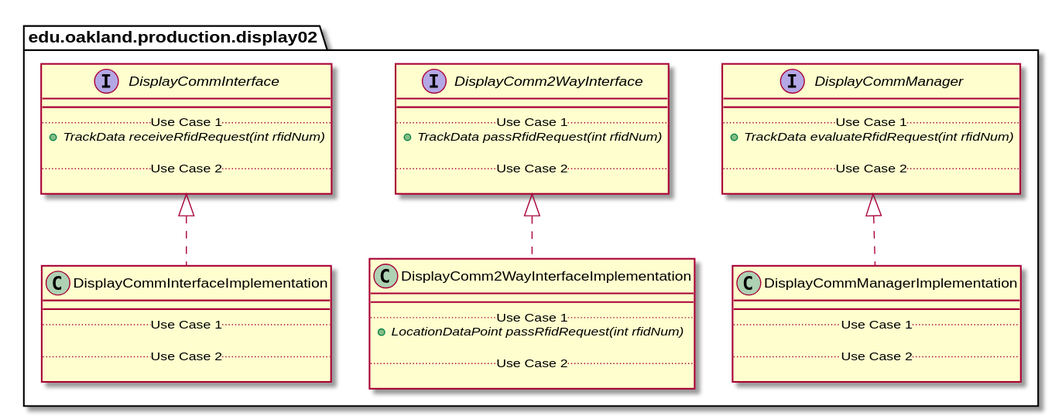
Before: docs/uml-class-diagrams/display02/production/Display02ProductionPackage_DirectDependencies.svg, a diagram exported from PlantUML (elilley15/csi-3370-software-project).
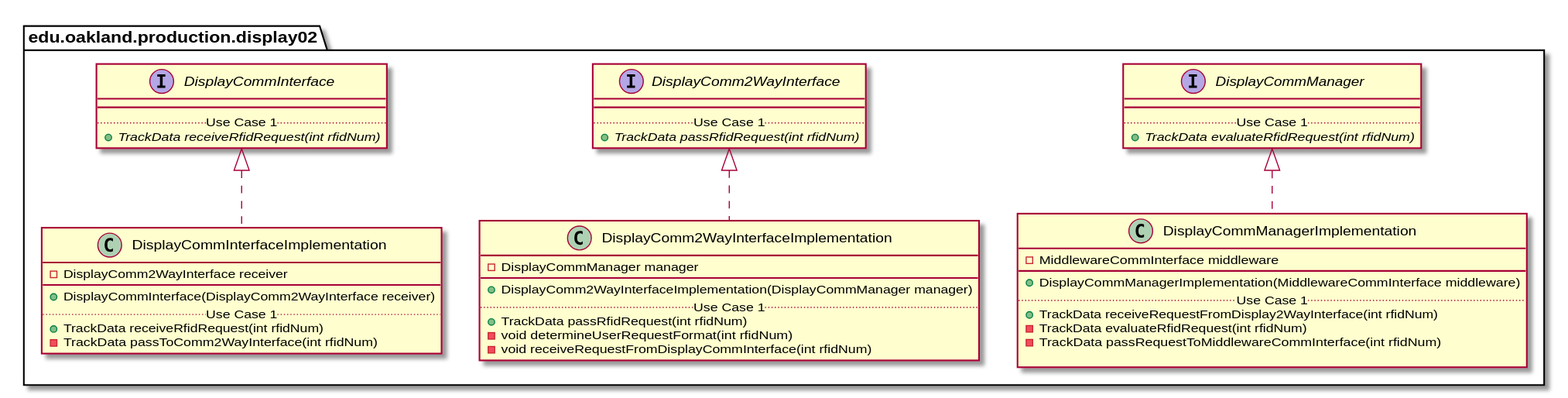
Later version of the same file.

Change to the diagram source:
```diff
@@ -15,9 +15,6 @@
         __
         .. Use Case 1 ..
         {abstract} + TrackData receiveRfidRequest(int rfidNum)
-
-        .. Use Case 2 ..
-
     }
 }
 
@@ -27,9 +24,6 @@
         __
         .. Use Case 1 ..
         {abstract} + TrackData passRfidRequest(int rfidNum)
-
-        .. Use Case 2 ..
-
     }
 }
 
@@ -39,20 +33,18 @@
         __
         .. Use Case 1 ..
         {abstract} + TrackData evaluateRfidRequest(int rfidNum)
-
-        .. Use Case 2 ..
-
     }
 }
 
 
 package edu.oakland.production.display02 {
     class DisplayCommInterfaceImplementation {
+        - DisplayComm2WayInterface receiver
         __
+        + DisplayCommInterface(DisplayComm2WayInterface receiver)
         .. Use Case 1 ..
-
-        .. Use Case 2 ..
-
+        + TrackData receiveRfidRequest(int rfidNum)
+        - TrackData passToComm2WayInterface(int rfidNum)
     }
 }
 
@@ -61,12 +53,13 @@
 
 package edu.oakland.production.display02 {
     class DisplayComm2WayInterfaceImplementation {
+        - DisplayCommManager manager
         __
+        + DisplayComm2WayInterfaceImplementation(DisplayCommManager manager)
         .. Use Case 1 ..
-        {abstract} + LocationDataPoint passRfidRequest(int rfidNum)
-
-        .. Use Case 2 ..
-
+        + TrackData passRfidRequest(int rfidNum)
+        - void determineUserRequestFormat(int rfidNum)
+        - void receiveRequestFromDisplayCommInterface(int rfidNum)
     }
 }
 
@@ -75,10 +68,13 @@
 
 package edu.oakland.production.display02 {
     class DisplayCommManagerImplementation {
+        - MiddlewareCommInterface middleware
         __
+        + DisplayCommManagerImplementation(MiddlewareCommInterface middleware)
         .. Use Case 1 ..
-
-        .. Use Case 2 ..
+        + TrackData receiveRequestFromDisplay2WayInterface(int rfidNum)
+        - TrackData evaluateRfidRequest(int rfidNum)
+        - TrackData passRequestToMiddlewareCommInterface(int rfidNum)
 
     }
 }
```
